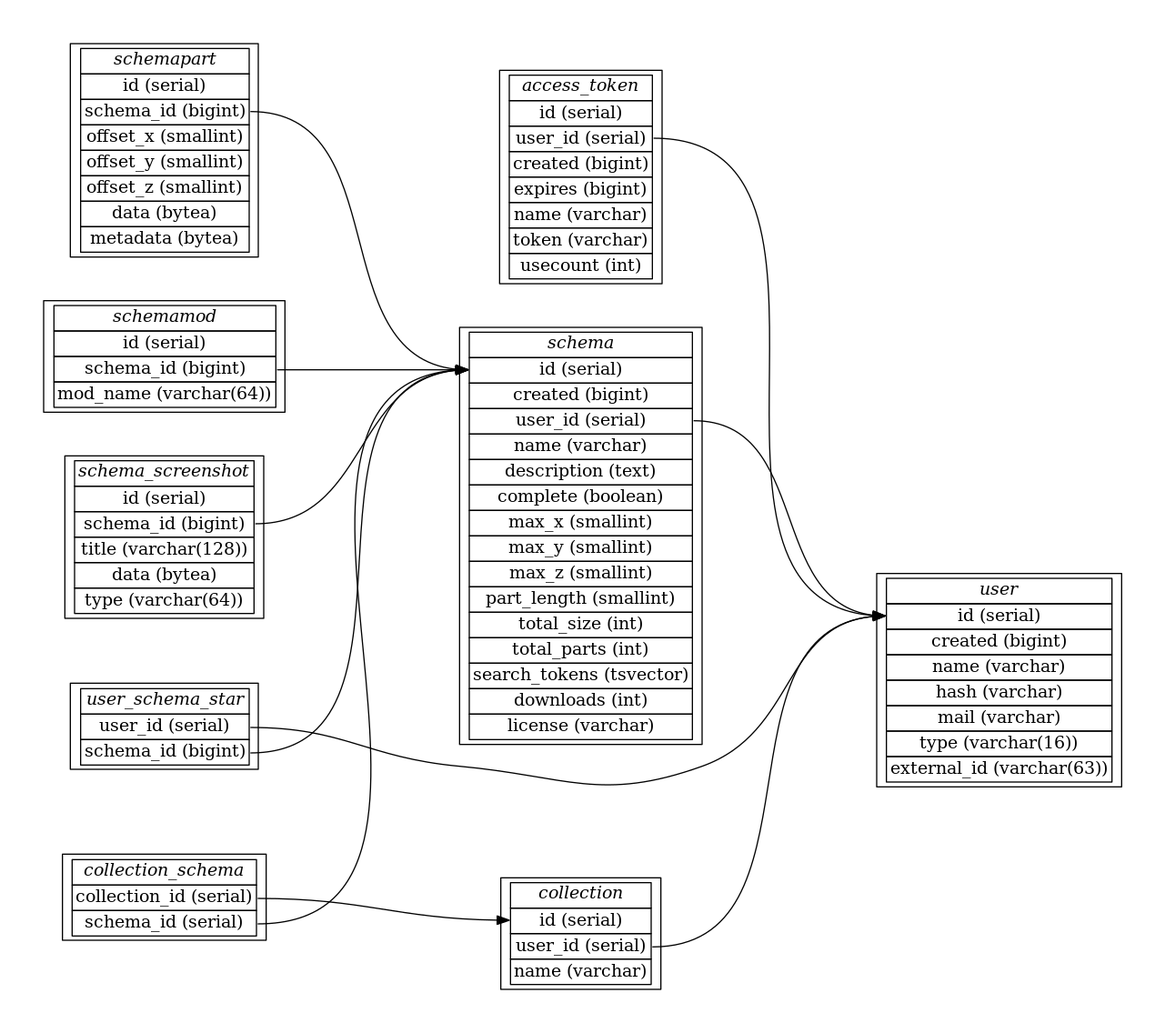
Earlier version of the Graphviz export doc/database.png (blockexchange/blockexchange_server). Its source is kept beside it as doc/database.dot.
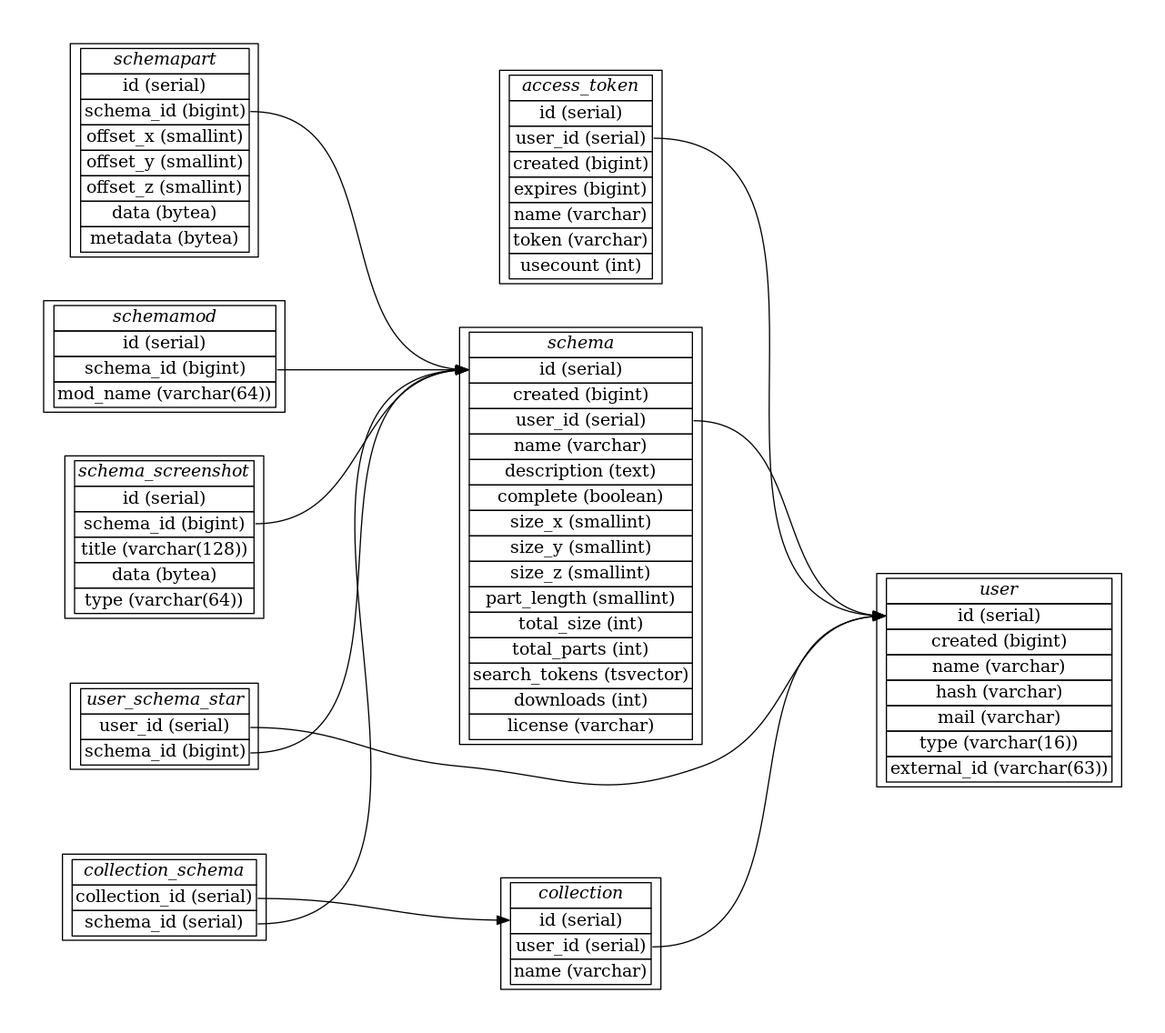
After the commit.

Commit message:
switch to "size_*" notation

Diff of the diagram source:
```diff
@@ -37,9 +37,9 @@
 		<tr><td port="9">name (varchar)</td></tr>
 	  <tr><td port="10">description (text)</td></tr>
 	  <tr><td port="11">complete (boolean)</td></tr>
-	  <tr><td port="12">max_x (smallint)</td></tr>
-	  <tr><td port="13">max_y (smallint)</td></tr>
-	  <tr><td port="14">max_z (smallint)</td></tr>
+	  <tr><td port="12">size_x (smallint)</td></tr>
+	  <tr><td port="13">size_y (smallint)</td></tr>
+	  <tr><td port="14">size_z (smallint)</td></tr>
 	  <tr><td port="15">part_length (smallint)</td></tr>
 	  <tr><td port="16">total_size (int)</td></tr>
 	  <tr><td port="17">total_parts (int)</td></tr>
```
